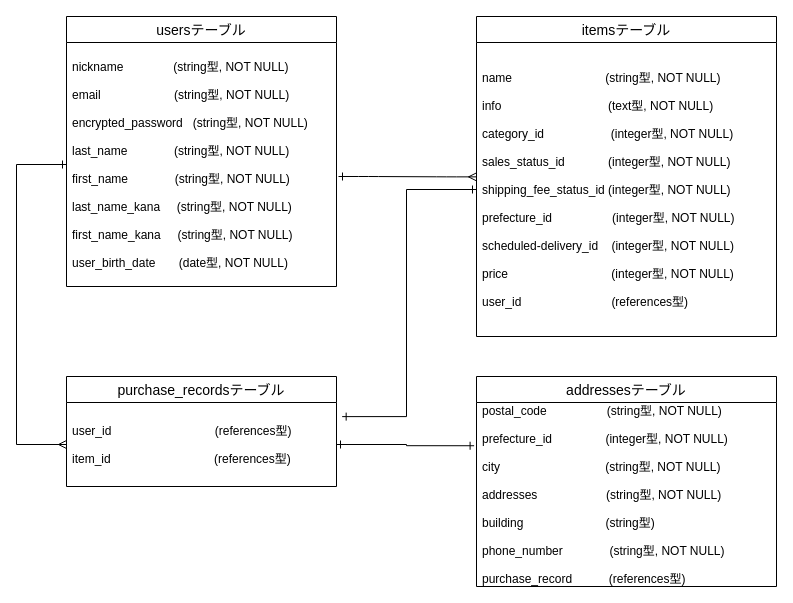
Before: er.dio in sakurait428/furima-33857, a draw.io diagram. Source tidied: cells renumbered, new cells numbered last; positions are measured from the earlier drawing's top-left corner, leaving out a move shared by most shapes. Both pictures are drawn from the tidied source at 100%, with x=0, y=0 at pixel (16, 16).
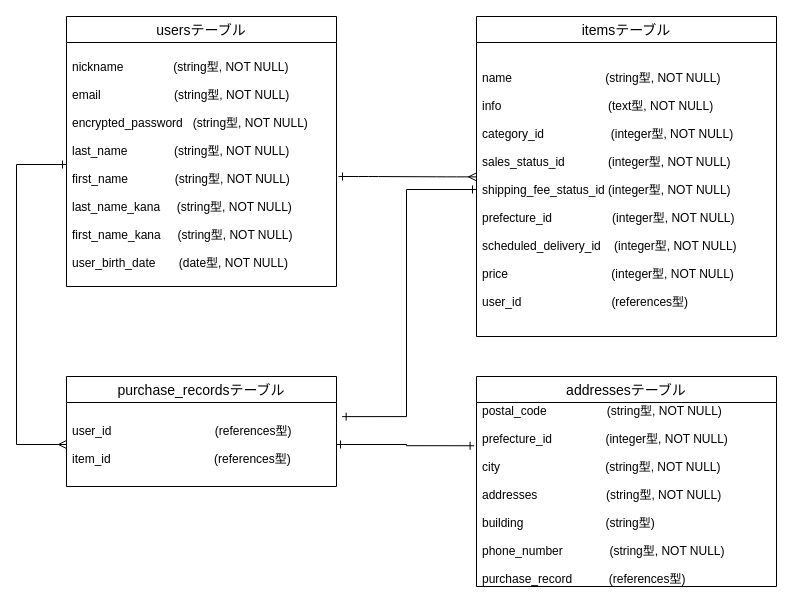
Above is the later version.

Commit message (it also covers changes not shown here):
データベース設計　修正４

Change to the diagram source:
```diff
@@
 <mxGraphModel>
   <root>
     <mxCell id="0" />
     <mxCell id="1" parent="0" />
     <mxCell id="2" value="usersテーブル" style="swimlane;fontStyle=0;horizontal=1;startSize=26;align=center;fontSize=14;" parent="1" vertex="1">
       <mxGeometry x="50" width="270" height="270" as="geometry" />
     </mxCell>
     <mxCell id="3" value="nickname               (string型, NOT NULL)&#10;&#10;email                      (string型, NOT NULL)&#10;&#10;encrypted_password   (string型, NOT NULL)&#10;&#10;last_name              (string型, NOT NULL)&#10;&#10;first_name              (string型, NOT NULL)&#10;&#10;last_name_kana     (string型, NOT NULL)&#10;&#10;first_name_kana     (string型, NOT NULL)&#10;&#10;user_birth_date       (date型, NOT NULL)" style="text;strokeColor=none;fillColor=none;spacingLeft=4;spacingRight=4;overflow=hidden;points=[[0,0.5],[1,0.5]];portConstraint=eastwest;fontSize=12;verticalAlign=middle;fontFamily=Helvetica;" parent="2" vertex="1">
       <mxGeometry y="26" width="270" height="244" as="geometry" />
     </mxCell>
     <mxCell id="4" value="purchase_recordsテーブル" style="swimlane;fontStyle=0;horizontal=1;startSize=26;align=center;fontSize=14;" parent="1" vertex="1">
       <mxGeometry x="50" y="360" width="270" height="110" as="geometry" />
     </mxCell>
     <mxCell id="5" value="user_id                               (references型)&#10;&#10;item_id                               (references型)" style="text;strokeColor=none;fillColor=none;spacingLeft=4;spacingRight=4;overflow=hidden;points=[[0,0.5],[1,0.5]];portConstraint=eastwest;fontSize=12;verticalAlign=middle;fontFamily=Helvetica;" parent="4" vertex="1">
       <mxGeometry y="26" width="270" height="84" as="geometry" />
     </mxCell>
     <mxCell id="6" value="itemsテーブル" style="swimlane;fontStyle=0;horizontal=1;startSize=26;align=center;fontSize=14;" parent="1" vertex="1">
       <mxGeometry x="460" width="300" height="320" as="geometry" />
     </mxCell>
-    <mxCell id="7" value="name                            (string型, NOT NULL)&#10;&#10;info                                (text型, NOT NULL)&#10;&#10;category_id                    (integer型, NOT NULL)&#10;&#10;sales_status_id             (integer型, NOT NULL)&#10;&#10;shipping_fee_status_id (integer型, NOT NULL)&#10;&#10;prefecture_id                  (integer型, NOT NULL)&#10;&#10;scheduled-delivery_id    (integer型, NOT NULL)&#10;&#10;price                               (integer型, NOT NULL)&#10;&#10;user_id                           (references型)" style="text;strokeColor=none;fillColor=none;spacingLeft=4;spacingRight=4;overflow=hidden;points=[[0,0.5],[1,0.5]];portConstraint=eastwest;fontSize=12;verticalAlign=middle;fontFamily=Helvetica;" parent="6" vertex="1">
+    <mxCell id="7" value="name                            (string型, NOT NULL)&#10;&#10;info                                (text型, NOT NULL)&#10;&#10;category_id                    (integer型, NOT NULL)&#10;&#10;sales_status_id             (integer型, NOT NULL)&#10;&#10;shipping_fee_status_id (integer型, NOT NULL)&#10;&#10;prefecture_id                  (integer型, NOT NULL)&#10;&#10;scheduled_delivery_id    (integer型, NOT NULL)&#10;&#10;price                               (integer型, NOT NULL)&#10;&#10;user_id                           (references型)" style="text;strokeColor=none;fillColor=none;spacingLeft=4;spacingRight=4;overflow=hidden;points=[[0,0.5],[1,0.5]];portConstraint=eastwest;fontSize=12;verticalAlign=middle;fontFamily=Helvetica;" parent="6" vertex="1">
       <mxGeometry y="26" width="300" height="294" as="geometry" />
     </mxCell>
     <mxCell id="8" style="edgeStyle=entityRelationEdgeStyle;fontSize=12;html=1;endArrow=ERmany;entryX=0;entryY=0.457;entryDx=0;entryDy=0;entryPerimeter=0;strokeWidth=1;endFill=0;startArrow=ERone;startFill=0;jumpSize=6;shadow=0;" parent="1" edge="1" target="7">
       <mxGeometry relative="1" as="geometry">
         <mxPoint x="322" y="160" as="sourcePoint" />
       </mxGeometry>
     </mxCell>
     <mxCell id="9" value="addressesテーブル" style="swimlane;fontStyle=0;horizontal=1;startSize=26;align=center;fontSize=14;" parent="1" vertex="1">
       <mxGeometry x="460" y="360" width="300" height="210" as="geometry" />
     </mxCell>
     <mxCell id="10" value="postal_code                  (string型, NOT NULL)&#10;&#10;prefecture_id                (integer型, NOT NULL)&#10;&#10;city 　                           (string型, NOT NULL)&#10;&#10;addresses               　  (string型, NOT NULL)&#10;&#10;building                  　   (string型)&#10;&#10;phone_number              (string型, NOT NULL)&#10;&#10;purchase_record           (references型)" style="text;strokeColor=none;fillColor=none;spacingLeft=4;spacingRight=4;overflow=hidden;points=[[0,0.5],[1,0.5]];portConstraint=eastwest;fontSize=12;verticalAlign=middle;fontFamily=Helvetica;" parent="9" vertex="1">
       <mxGeometry y="26" width="300" height="184" as="geometry" />
     </mxCell>
     <mxCell id="11" style="edgeStyle=orthogonalEdgeStyle;rounded=0;jettySize=auto;html=1;entryX=0;entryY=0.5;entryDx=0;entryDy=0;startArrow=ERone;startFill=0;endArrow=ERmany;endFill=0;" parent="1" edge="1" source="3" target="5">
       <mxGeometry relative="1" as="geometry">
         <Array as="points">
           <mxPoint y="148" />
           <mxPoint y="428" />
         </Array>
       </mxGeometry>
     </mxCell>
     <mxCell id="12" style="edgeStyle=orthogonalEdgeStyle;rounded=0;jettySize=auto;html=1;startArrow=ERone;startFill=0;endArrow=ERone;endFill=0;entryX=1.021;entryY=0.168;entryDx=0;entryDy=0;entryPerimeter=0;" parent="1" edge="1" source="7" target="5">
       <mxGeometry relative="1" as="geometry" />
     </mxCell>
     <mxCell id="13" style="edgeStyle=orthogonalEdgeStyle;rounded=0;jettySize=auto;html=1;startArrow=ERone;startFill=0;endArrow=ERone;endFill=0;entryX=-0.008;entryY=0.235;entryDx=0;entryDy=0;entryPerimeter=0;" parent="1" edge="1" source="5" target="10">
       <mxGeometry relative="1" as="geometry" />
     </mxCell>
   </root>
 </mxGraphModel>
```
